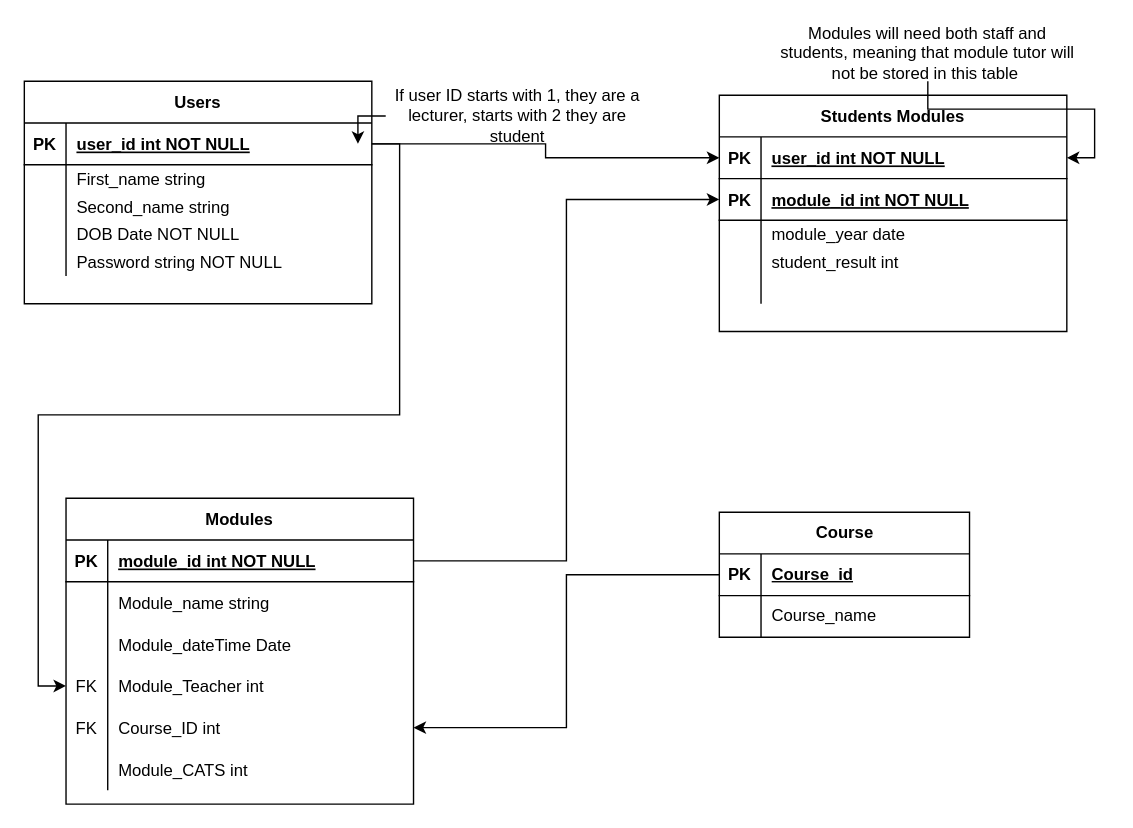
Earlier version of the draw.io diagram ERD.drawio (bensolo12/Databases). Source tidied: cells renumbered, new cells numbered last; positions are measured from the earlier drawing's top-left corner, leaving out a move shared by most shapes. Both pictures are drawn from the tidied source at 139%, with x=0, y=0 at pixel (24, 25).
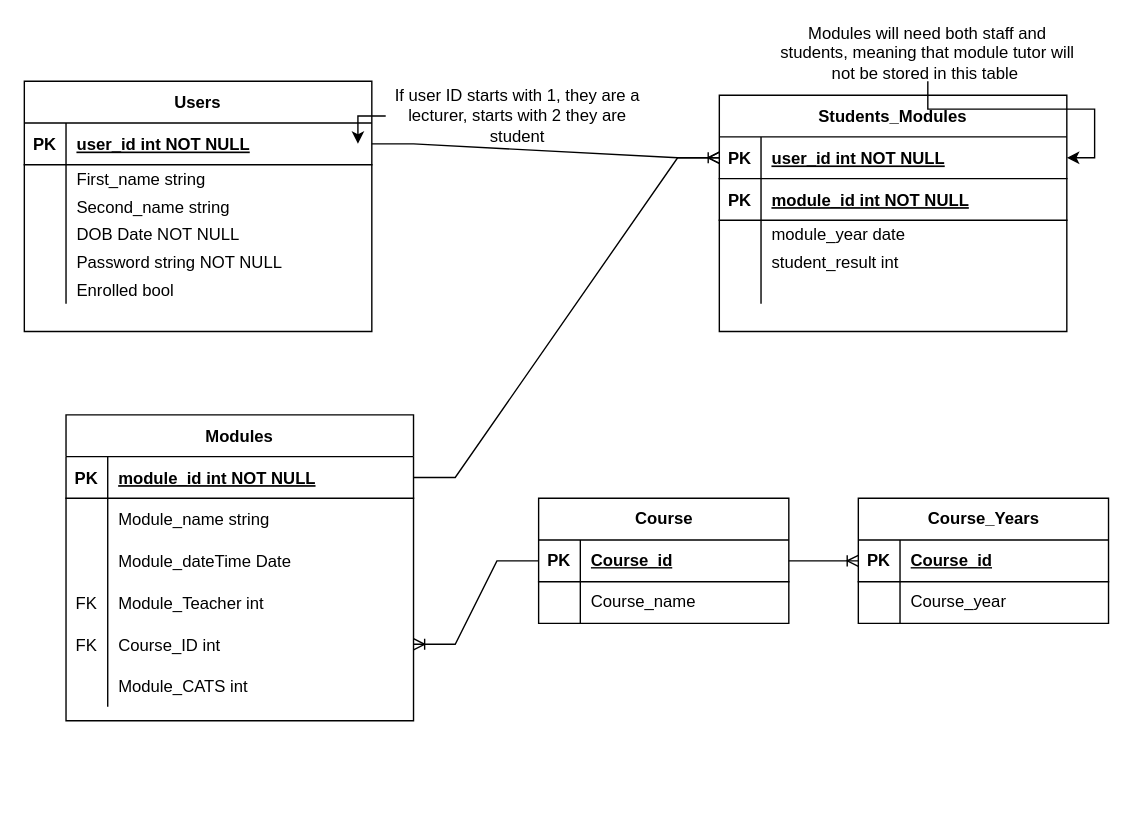
After the change.

Unchanged cells that the change refers to:
```xml
<mxCell id="3" style="shape=partialRectangle;fillColor=none;points=[[0,0.5],[1,0.5]];portConstraint=eastwest;top=0;left=0;right=0;bottom=1;" parent="2" vertex="1">
  <mxGeometry y="30" width="250" height="30" as="geometry" />
</mxCell>
<mxCell id="12" style="shape=partialRectangle;fillColor=none;points=[[0,0.5],[1,0.5]];portConstraint=eastwest;top=0;left=0;right=0;bottom=0;" parent="2" vertex="1">
  <mxGeometry y="120" width="250" height="30" as="geometry" />
</mxCell>
<mxCell id="15" style="shape=partialRectangle;fillColor=none;points=[[0,0.5],[1,0.5]];portConstraint=eastwest;top=0;left=0;right=0;bottom=0;" parent="2" vertex="1">
  <mxGeometry y="150" width="250" height="30" as="geometry" />
</mxCell>
<mxCell id="22" style="shape=partialRectangle;fillColor=none;points=[[0,0.5],[1,0.5]];portConstraint=eastwest;top=0;left=0;right=0;bottom=1;" parent="21" vertex="1">
  <mxGeometry y="30" width="250" height="30" as="geometry" />
</mxCell>
<mxCell id="38" style="shape=partialRectangle;fillColor=none;points=[[0,0.5],[1,0.5]];portConstraint=eastwest;top=0;left=0;right=0;bottom=1;" parent="37" vertex="1">
  <mxGeometry y="30" width="250" height="30" as="geometry" />
</mxCell>
<mxCell id="41" style="shape=partialRectangle;fillColor=none;points=[[0,0.5],[1,0.5]];portConstraint=eastwest;top=0;left=0;right=0;bottom=1;" parent="37" vertex="1">
  <mxGeometry y="60" width="250" height="30" as="geometry" />
</mxCell>
<mxCell id="59" style="shape=tableRow;horizontal=0;startSize=0;swimlaneHead=0;swimlaneBody=0;fillColor=none;points=[[0,0.5],[1,0.5]];portConstraint=eastwest;top=0;left=0;right=0;bottom=1;" parent="58" vertex="1">
  <mxGeometry y="30" width="180" height="30" as="geometry" />
</mxCell>
```

What changed in the source:
```diff
@@
     <mxCell id="2" value="Modules" style="shape=table;startSize=30;childLayout=tableLayout;rowLines=0;fontStyle=1;align=center;" parent="1" vertex="1">
-      <mxGeometry x="30" y="340" width="250" height="220" as="geometry" />
+      <mxGeometry x="30" y="280" width="250" height="220" as="geometry" />
     </mxCell>
@@
     <mxCell id="21" value="Users" style="shape=table;startSize=30;childLayout=tableLayout;rowLines=0;fontStyle=1;align=center;" parent="1" vertex="1">
-      <mxGeometry y="40" width="250" height="160" as="geometry" />
+      <mxGeometry y="40" width="250" height="180" as="geometry" />
     </mxCell>
@@
+    <mxCell id="68" style="shape=partialRectangle;fillColor=none;top=0;left=0;right=0;bottom=0;" parent="21" vertex="1">
+      <mxGeometry y="140" width="250" height="20" as="geometry" />
+    </mxCell>
+    <mxCell id="69" style="shape=partialRectangle;overflow=hidden;fillColor=none;top=0;left=0;bottom=0;right=0;" parent="68" vertex="1">
+      <mxGeometry width="30" height="20" as="geometry" />
+    </mxCell>
+    <mxCell id="70" value="Enrolled bool" style="shape=partialRectangle;overflow=hidden;fillColor=none;top=0;left=0;bottom=0;right=0;align=left;spacingLeft=6;" parent="68" vertex="1">
+      <mxGeometry x="30" width="220" height="20" as="geometry" />
+    </mxCell>
-    <mxCell id="37" value="Students Modules" style="shape=table;startSize=30;childLayout=tableLayout;rowLines=0;fontStyle=1;align=center;" parent="1" vertex="1">
+    <mxCell id="37" value="Students_Modules" style="shape=table;startSize=30;childLayout=tableLayout;rowLines=0;fontStyle=1;align=center;" parent="1" vertex="1">
       <mxGeometry x="500" y="50" width="250" height="170" as="geometry" />
     </mxCell>
@@
-    <mxCell id="55" style="edgeStyle=orthogonalEdgeStyle;rounded=0;jettySize=auto;html=1;exitX=1;exitY=0.5;exitDx=0;exitDy=0;entryX=0;entryY=0.5;entryDx=0;entryDy=0;" parent="1" edge="1" source="3" target="41">
-      <mxGeometry relative="1" as="geometry" />
-    </mxCell>
-    <mxCell id="56" style="edgeStyle=orthogonalEdgeStyle;rounded=0;jettySize=auto;html=1;exitX=1;exitY=0.5;exitDx=0;exitDy=0;entryX=0;entryY=0.5;entryDx=0;entryDy=0;" parent="1" edge="1" source="22" target="38">
-      <mxGeometry relative="1" as="geometry" />
-    </mxCell>
-    <mxCell id="57" style="edgeStyle=orthogonalEdgeStyle;rounded=0;jettySize=auto;html=1;exitX=1;exitY=0.5;exitDx=0;exitDy=0;entryX=0;entryY=0.5;entryDx=0;entryDy=0;" parent="1" edge="1" source="22" target="12">
-      <mxGeometry relative="1" as="geometry" />
-    </mxCell>
     <mxCell id="58" value="Course" style="shape=table;startSize=30;childLayout=tableLayout;rowLines=0;fontStyle=1;align=center;html=1;" parent="1" vertex="1">
-      <mxGeometry x="500" y="350" width="180" height="90" as="geometry" />
+      <mxGeometry x="370" y="340" width="180" height="90" as="geometry" />
     </mxCell>
@@
-    <mxCell id="65" style="edgeStyle=orthogonalEdgeStyle;rounded=0;jettySize=auto;html=1;exitX=0;exitY=0.5;exitDx=0;exitDy=0;entryX=1;entryY=0.5;entryDx=0;entryDy=0;" parent="1" edge="1" source="59" target="15">
-      <mxGeometry relative="1" as="geometry" />
-    </mxCell>
@@
+    <mxCell id="71" value="Course_Years" style="shape=table;startSize=30;childLayout=tableLayout;rowLines=0;fontStyle=1;align=center;html=1;" parent="1" vertex="1">
+      <mxGeometry x="600" y="340" width="180" height="90" as="geometry" />
+    </mxCell>
+    <mxCell id="72" style="shape=tableRow;horizontal=0;startSize=0;swimlaneHead=0;swimlaneBody=0;fillColor=none;points=[[0,0.5],[1,0.5]];portConstraint=eastwest;top=0;left=0;right=0;bottom=1;" parent="71" vertex="1">
+      <mxGeometry y="30" width="180" height="30" as="geometry" />
+    </mxCell>
+    <mxCell id="73" value="PK" style="shape=partialRectangle;fillColor=none;top=0;left=0;bottom=0;right=0;fontStyle=1;overflow=hidden;whiteSpace=wrap;html=1;" parent="72" vertex="1">
+      <mxGeometry width="30" height="30" as="geometry" />
+    </mxCell>
+    <mxCell id="74" value="Course_id" style="shape=partialRectangle;fillColor=none;top=0;left=0;bottom=0;right=0;align=left;spacingLeft=6;fontStyle=5;overflow=hidden;whiteSpace=wrap;html=1;" parent="72" vertex="1">
+      <mxGeometry x="30" width="150" height="30" as="geometry" />
+    </mxCell>
+    <mxCell id="75" style="shape=tableRow;horizontal=0;startSize=0;swimlaneHead=0;swimlaneBody=0;fillColor=none;top=0;left=0;right=0;bottom=0;" parent="71" vertex="1">
+      <mxGeometry y="60" width="180" height="30" as="geometry" />
+    </mxCell>
+    <mxCell id="76" style="shape=partialRectangle;fillColor=none;top=0;left=0;bottom=0;right=0;overflow=hidden;whiteSpace=wrap;html=1;" parent="75" vertex="1">
+      <mxGeometry width="30" height="30" as="geometry" />
+    </mxCell>
+    <mxCell id="77" value="Course_year" style="shape=partialRectangle;fillColor=none;top=0;left=0;bottom=0;right=0;align=left;spacingLeft=6;overflow=hidden;whiteSpace=wrap;html=1;" parent="75" vertex="1">
+      <mxGeometry x="30" width="150" height="30" as="geometry" />
+    </mxCell>
+    <mxCell id="78" style="edgeStyle=entityRelationEdgeStyle;fontSize=12;html=1;endArrow=ERoneToMany;rounded=0;exitX=1;exitY=0.5;exitDx=0;exitDy=0;entryX=0;entryY=0.5;entryDx=0;entryDy=0;" parent="1" edge="1" source="59" target="72">
+      <mxGeometry relative="1" as="geometry" />
+    </mxCell>
+    <mxCell id="65" style="edgeStyle=entityRelationEdgeStyle;fontSize=12;html=1;endArrow=ERoneToMany;rounded=0;exitX=0;exitY=0.5;exitDx=0;exitDy=0;entryX=1;entryY=0.5;entryDx=0;entryDy=0;" parent="1" edge="1" source="59" target="15">
+      <mxGeometry relative="1" as="geometry" />
+    </mxCell>
+    <mxCell id="56" style="edgeStyle=entityRelationEdgeStyle;fontSize=12;html=1;endArrow=ERmany;rounded=0;exitX=1;exitY=0.5;exitDx=0;exitDy=0;entryX=0;entryY=0.5;entryDx=0;entryDy=0;" parent="1" edge="1" source="22" target="38">
+      <mxGeometry relative="1" as="geometry" />
+    </mxCell>
+    <mxCell id="79" style="edgeStyle=entityRelationEdgeStyle;fontSize=12;html=1;endArrow=ERoneToMany;rounded=0;exitX=1;exitY=0.5;exitDx=0;exitDy=0;entryX=0;entryY=0.5;entryDx=0;entryDy=0;" parent="1" edge="1" source="3" target="38">
+      <mxGeometry relative="1" as="geometry" />
+    </mxCell>
```
